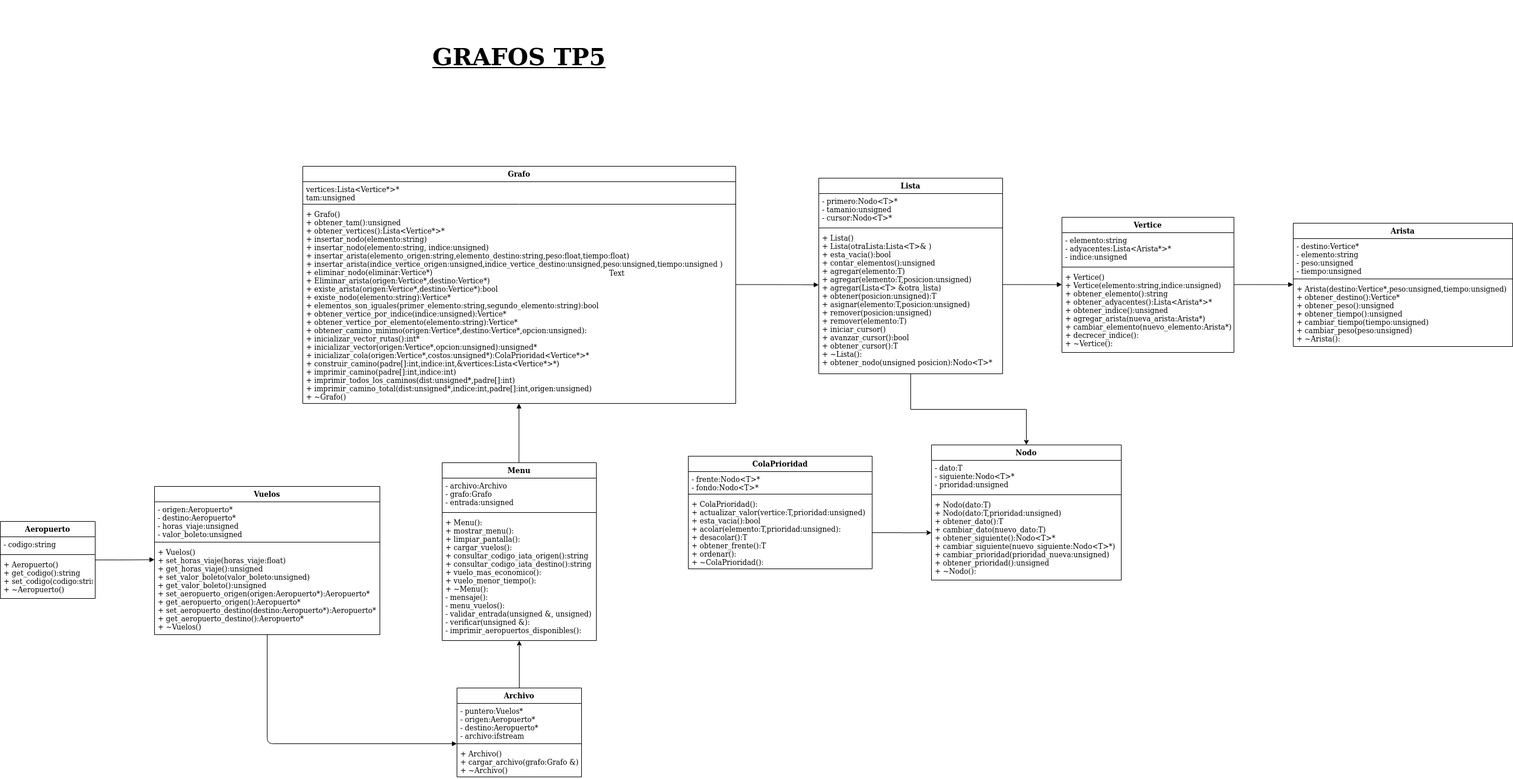
This is Proyecto Grafo/GRAFO.png from syave/TP5, a draw.io export, as it was before one commit. Source tidied: cells renumbered, new cells last; positions are measured from the earlier drawing's top-left corner, leaving out a move shared by most shapes.
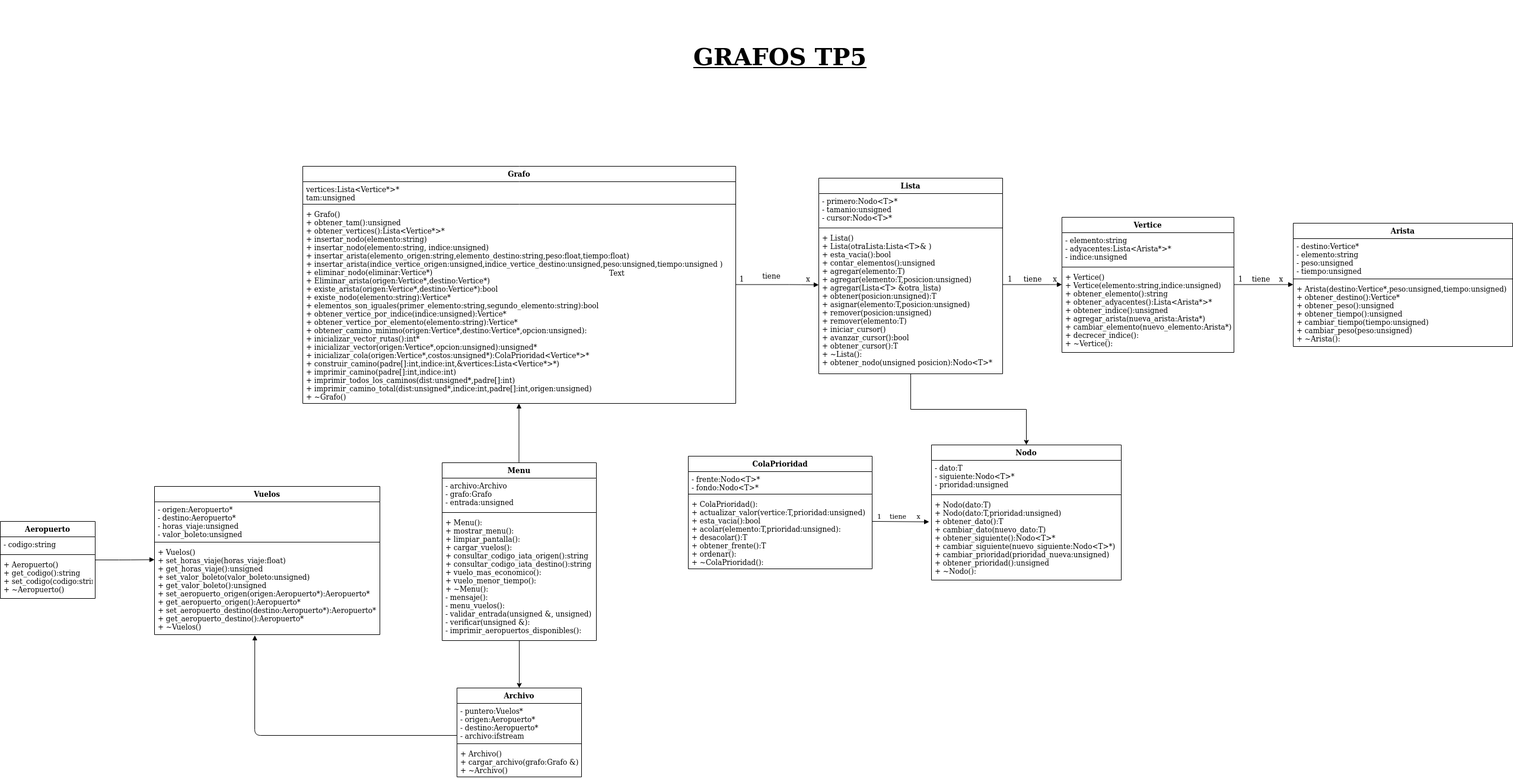
Above is the later version.

Commit message:
nuevo uml cargado mas imagen de grafo para la explicacion

What changed in the source:
```diff
@@ -133,10 +133,7 @@
     <mxCell id="35" value="+ ColaPrioridad():&#10;+ actualizar_valor(vertice:T,prioridad:unsigned)&#10;+ esta_vacia():bool&#10;+ acolar(elemento:T,prioridad:unsigned):&#10;+ desacolar():T&#10;+ obtener_frente():T&#10;+ ordenar():&#10;+ ~ColaPrioridad():" style="text;strokeColor=none;fillColor=none;align=left;verticalAlign=top;spacingLeft=4;spacingRight=4;overflow=hidden;points=[[0,0.5],[1,0.5]];portConstraint=eastwest;" parent="32" vertex="1">
       <mxGeometry y="68" width="310" height="122" as="geometry" />
     </mxCell>
-    <mxCell id="36" style="edgeStyle=orthogonalEdgeStyle;rounded=0;jettySize=auto;html=1;exitX=1;exitY=0.5;exitDx=0;exitDy=0;entryX=0;entryY=0.429;entryDx=0;entryDy=0;entryPerimeter=0;" parent="1" edge="1" source="35" target="31">
-      <mxGeometry relative="1" as="geometry" />
-    </mxCell>
-    <mxCell id="37" style="edgeStyle=orthogonalEdgeStyle;rounded=0;jettySize=auto;html=1;entryX=0.5;entryY=1;entryDx=0;entryDy=0;" parent="1" edge="1" source="38" target="24">
+    <mxCell id="37" style="edgeStyle=orthogonalEdgeStyle;rounded=0;jettySize=auto;html=1;exitX=0.5;exitY=1;exitDx=0;exitDy=0;" parent="1" edge="1" source="24" target="38">
       <mxGeometry relative="1" as="geometry" />
     </mxCell>
     <mxCell id="38" value="Archivo" style="swimlane;fontStyle=1;align=center;verticalAlign=top;horizontal=1;startSize=26;" parent="1" vertex="1">
@@ -151,9 +148,6 @@
     <mxCell id="41" value="+ Archivo()&#10;+ cargar_archivo(grafo:Grafo &amp;)&#10;+ ~Archivo()" style="text;strokeColor=none;fillColor=none;align=left;verticalAlign=top;spacingLeft=4;spacingRight=4;overflow=hidden;" parent="38" vertex="1">
       <mxGeometry y="98" width="210" height="52" as="geometry" />
     </mxCell>
-    <mxCell id="42" style="edgeStyle=orthogonalEdgeStyle;jettySize=auto;html=1;endArrow=block;endFill=1;align=left;" parent="1" edge="1" source="43" target="40">
-      <mxGeometry relative="1" as="geometry" />
-    </mxCell>
     <mxCell id="43" value="Vuelos" style="swimlane;fontStyle=1;align=center;verticalAlign=top;horizontal=1;startSize=26;" parent="1" vertex="1">
       <mxGeometry x="260" y="820" width="380" height="250" as="geometry" />
     </mxCell>
@@ -182,7 +176,36 @@
       <mxGeometry x="1020" y="450" width="40" height="20" as="geometry" />
     </mxCell>
     <mxCell id="52" value="&lt;font style=&quot;font-size: 40px&quot;&gt;&lt;u&gt;&lt;b&gt;&lt;font style=&quot;font-size: 40px&quot;&gt;GRAFOS TP5&lt;/font&gt;&lt;/b&gt;&lt;/u&gt;&lt;/font&gt;" style="text;html=1;strokeColor=none;fillColor=none;align=center;verticalAlign=middle;whiteSpace=wrap;rounded=0;" parent="1" vertex="1">
-      <mxGeometry x="705" width="340" height="190" as="geometry" />
+      <mxGeometry x="1145" width="340" height="190" as="geometry" />
     </mxCell>
+    <mxCell id="53" style="html=1;verticalAlign=bottom;endArrow=block;align=left;entryX=0.445;entryY=1.007;entryDx=0;entryDy=0;entryPerimeter=0;" parent="1" edge="1" target="46">
+      <mxGeometry x="0.34" y="119" relative="1" as="geometry">
+        <mxPoint x="770" y="1240" as="sourcePoint" />
+        <Array as="points">
+          <mxPoint x="429" y="1240" />
+        </Array>
+        <mxPoint y="10" as="offset" />
+      </mxGeometry>
+    </mxCell>
+    <mxCell id="54" value="tiene" style="text;html=1;align=center;verticalAlign=middle;" parent="1" vertex="1">
+      <mxGeometry x="1275" y="455" width="50" height="20" as="geometry" />
+    </mxCell>
+    <mxCell id="55" value="1" style="text;html=1;align=center;verticalAlign=middle;" parent="1" vertex="1">
+      <mxGeometry x="1240" y="460" width="20" height="20" as="geometry" />
+    </mxCell>
+    <mxCell id="56" value="&amp;nbsp;x" style="text;html=1;align=center;verticalAlign=middle;" parent="1" vertex="1">
+      <mxGeometry x="1345" y="460" width="30" height="20" as="geometry" />
+    </mxCell>
+    <mxCell id="57" value="1 &amp;nbsp; &amp;nbsp; tiene&amp;nbsp;&amp;nbsp;&amp;nbsp;&amp;nbsp; x" style="text;html=1;align=center;verticalAlign=middle;" parent="1" vertex="1">
+      <mxGeometry x="1690" y="460" width="100" height="20" as="geometry" />
+    </mxCell>
+    <mxCell id="58" value="1&amp;nbsp;&amp;nbsp;&amp;nbsp; tiene&amp;nbsp; &amp;nbsp; x" style="text;html=1;align=center;verticalAlign=middle;" parent="1" vertex="1">
+      <mxGeometry x="2080" y="460" width="90" height="20" as="geometry" />
+    </mxCell>
+    <mxCell id="59" value="&amp;nbsp; 1&amp;nbsp;&amp;nbsp;&amp;nbsp; tiene&amp;nbsp; &amp;nbsp;&amp;nbsp; x" style="html=1;verticalAlign=bottom;endArrow=block;align=left;entryX=-0.012;entryY=0.298;entryDx=0;entryDy=0;entryPerimeter=0;" parent="1" edge="1" target="31">
+      <mxGeometry x="-1" y="-1" relative="1" as="geometry">
+        <mxPoint x="1470" y="879" as="sourcePoint" />
+      </mxGeometry>
+    </mxCell>
   </root>
 </mxGraphModel>
```
